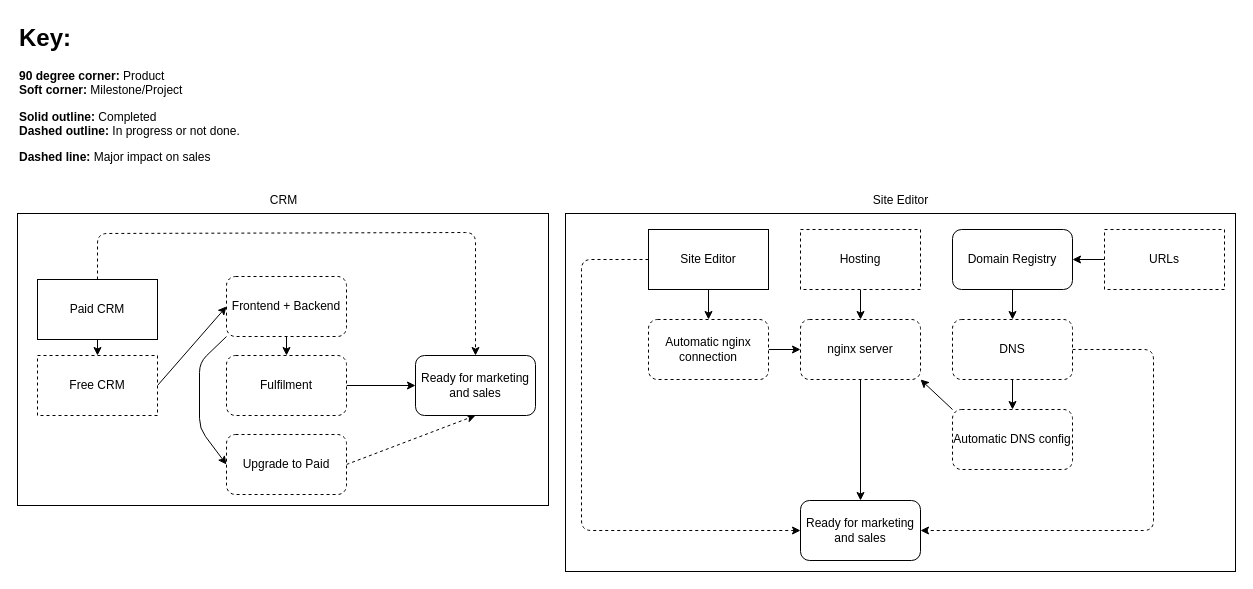
This is drawio/sales.drawio from SyntqxErrqr/docs-tracker, a draw.io file, before an edit. Source tidied: cells renumbered, new cells numbered last; positions are measured from the earlier drawing's top-left corner, leaving out a move shared by most shapes. Both pictures are drawn from the tidied source at 100%, with x=0, y=0 at pixel (17, 17).
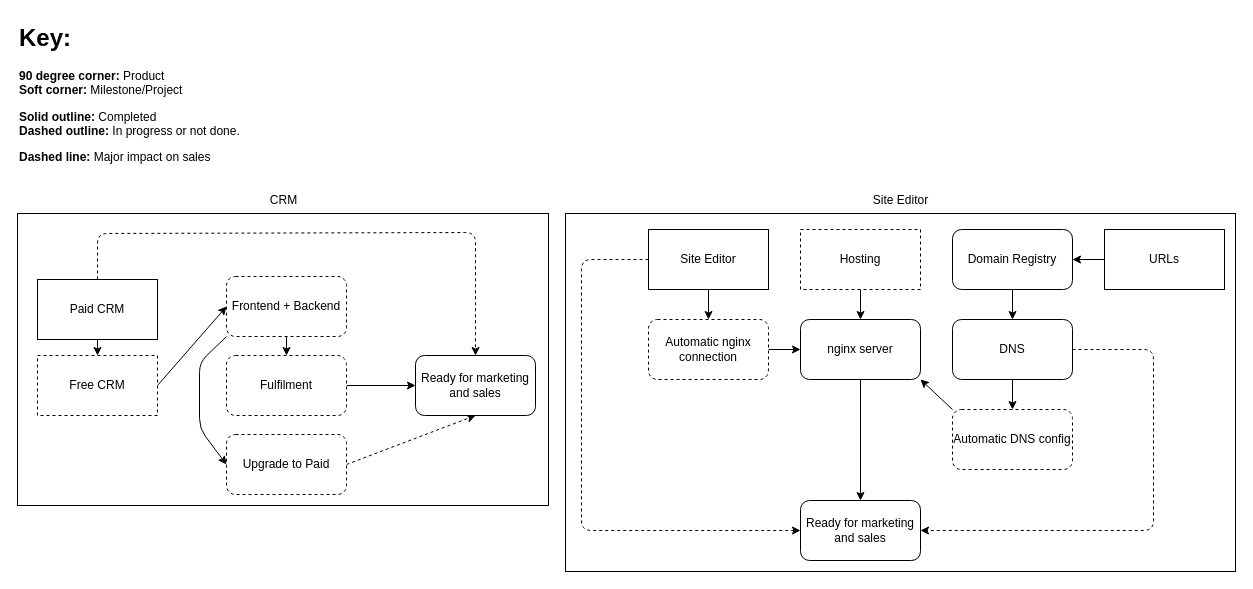
After the change.

The edit, as a diff of the source:
```diff
@@
-    <mxCell id="27" value="URLs" style="rounded=0;whiteSpace=wrap;html=1;shadow=0;dashed=1;" parent="1" vertex="1">
+    <mxCell id="27" value="URLs" style="rounded=0;whiteSpace=wrap;html=1;shadow=0;" parent="1" vertex="1">
       <mxGeometry x="1087" y="212" width="120" height="60" as="geometry" />
     </mxCell>
@@
-    <mxCell id="30" value="nginx server" style="rounded=1;whiteSpace=wrap;html=1;dashed=1;" parent="1" vertex="1">
+    <mxCell id="30" value="nginx server" style="rounded=1;whiteSpace=wrap;html=1;" parent="1" vertex="1">
       <mxGeometry x="783" y="302" width="120" height="60" as="geometry" />
     </mxCell>
@@
-    <mxCell id="35" value="DNS" style="rounded=1;whiteSpace=wrap;html=1;dashed=1;" parent="1" vertex="1">
+    <mxCell id="35" value="DNS" style="rounded=1;whiteSpace=wrap;html=1;" parent="1" vertex="1">
       <mxGeometry x="935" y="302" width="120" height="60" as="geometry" />
     </mxCell>
```
